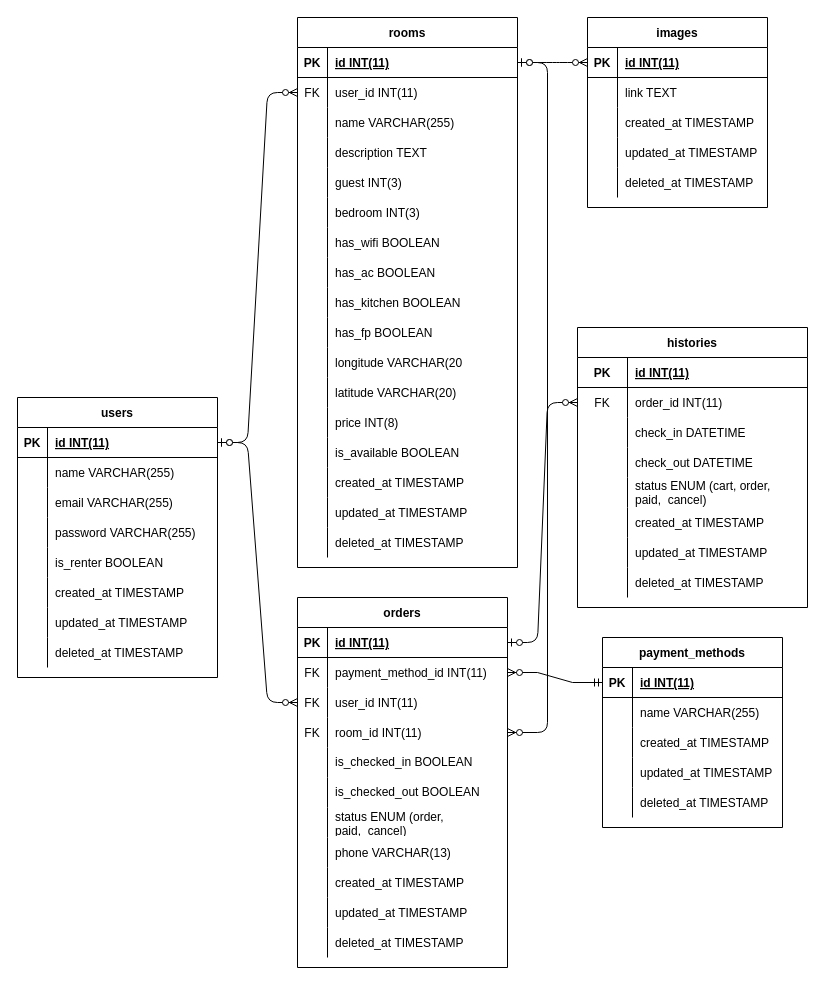
The draw.io diagram ERD/erd.drawio in airbnb-group-2/BE, before the edit. Source tidied: cells renumbered, new cells numbered last; positions are measured from the earlier drawing's top-left corner, leaving out a move shared by most shapes. Both pictures are drawn from the tidied source at 100%, with x=0, y=0 at pixel (17, 17).
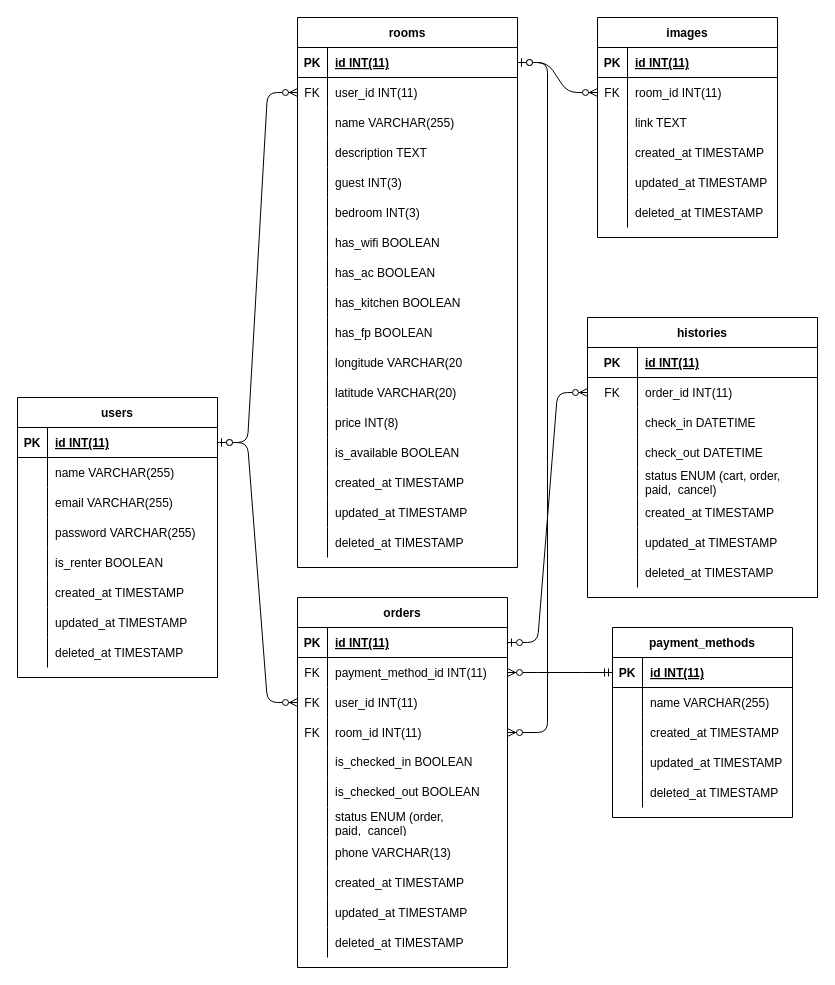
The same page after the edit.

Commit message:
add foreign key room to image table

Unchanged cells that the change refers to:
```xml
<mxCell id="28" style="shape=tableRow;horizontal=0;startSize=0;swimlaneHead=0;swimlaneBody=0;fillColor=none;points=[[0,0.5],[1,0.5]];portConstraint=eastwest;top=0;left=0;right=0;bottom=1;" parent="27" vertex="1">
  <mxGeometry y="30" width="220" height="30" as="geometry" />
</mxCell>
<mxCell id="157" style="shape=tableRow;horizontal=0;startSize=0;swimlaneHead=0;swimlaneBody=0;fillColor=none;points=[[0,0.5],[1,0.5]];portConstraint=eastwest;top=0;left=0;right=0;bottom=1;" parent="156" vertex="1">
  <mxGeometry y="30" width="180" height="30" as="geometry" />
</mxCell>
```

Diff of the diagram source:
```diff
@@
     <mxCell id="79" value="payment_methods" style="shape=table;startSize=30;childLayout=tableLayout;rowLines=0;fontStyle=1;align=center;" parent="1" vertex="1">
-      <mxGeometry x="585" y="620" width="180" height="190" as="geometry" />
+      <mxGeometry x="595" y="610" width="180" height="190" as="geometry" />
     </mxCell>
@@
     <mxCell id="95" value="histories" style="shape=table;startSize=30;childLayout=tableLayout;rowLines=0;fontStyle=1;align=center;" parent="1" vertex="1">
-      <mxGeometry x="560" y="310" width="230" height="280" as="geometry" />
+      <mxGeometry x="570" y="300" width="230" height="280" as="geometry" />
     </mxCell>
@@
     <mxCell id="156" value="images" style="shape=table;startSize=30;childLayout=tableLayout;rowLines=0;fontStyle=1;align=center;" parent="1" vertex="1">
-      <mxGeometry x="570" width="180" height="190" as="geometry" />
+      <mxGeometry x="580" width="180" height="220" as="geometry" />
     </mxCell>
@@
+    <mxCell id="176" style="shape=tableRow;horizontal=0;startSize=0;swimlaneHead=0;swimlaneBody=0;fillColor=none;points=[[0,0.5],[1,0.5]];portConstraint=eastwest;top=0;left=0;right=0;bottom=0;" parent="156" vertex="1">
+      <mxGeometry y="60" width="180" height="30" as="geometry" />
+    </mxCell>
+    <mxCell id="177" value="FK" style="shape=partialRectangle;fillColor=none;top=0;left=0;bottom=0;right=0;overflow=hidden;" parent="176" vertex="1">
+      <mxGeometry width="30" height="30" as="geometry" />
+    </mxCell>
+    <mxCell id="178" value="room_id INT(11)" style="shape=partialRectangle;fillColor=none;top=0;left=0;bottom=0;right=0;align=left;spacingLeft=6;overflow=hidden;" parent="176" vertex="1">
+      <mxGeometry x="30" width="150" height="30" as="geometry" />
+    </mxCell>
     <mxCell id="160" style="shape=tableRow;horizontal=0;startSize=0;swimlaneHead=0;swimlaneBody=0;fillColor=none;top=0;left=0;right=0;bottom=0;" parent="156" vertex="1">
-      <mxGeometry y="60" width="180" height="30" as="geometry" />
+      <mxGeometry y="90" width="180" height="30" as="geometry" />
     </mxCell>
@@
     <mxCell id="163" style="shape=tableRow;horizontal=0;startSize=0;swimlaneHead=0;swimlaneBody=0;fillColor=none;top=0;left=0;right=0;bottom=0;" parent="156" vertex="1">
-      <mxGeometry y="90" width="180" height="30" as="geometry" />
+      <mxGeometry y="120" width="180" height="30" as="geometry" />
     </mxCell>
@@
     <mxCell id="166" style="shape=tableRow;horizontal=0;startSize=0;swimlaneHead=0;swimlaneBody=0;fillColor=none;top=0;left=0;right=0;bottom=0;" parent="156" vertex="1">
-      <mxGeometry y="120" width="180" height="30" as="geometry" />
+      <mxGeometry y="150" width="180" height="30" as="geometry" />
     </mxCell>
@@
     <mxCell id="169" style="shape=tableRow;horizontal=0;startSize=0;swimlaneHead=0;swimlaneBody=0;fillColor=none;top=0;left=0;right=0;bottom=0;" parent="156" vertex="1">
-      <mxGeometry y="150" width="180" height="30" as="geometry" />
+      <mxGeometry y="180" width="180" height="30" as="geometry" />
     </mxCell>
@@
-    <mxCell id="175" style="edgeStyle=entityRelationEdgeStyle;fontSize=12;html=1;endArrow=ERzeroToMany;startArrow=ERzeroToOne;entryX=0;entryY=0.5;entryDx=0;entryDy=0;exitX=1;exitY=0.5;exitDx=0;exitDy=0;" parent="1" edge="1" source="28" target="157">
+    <mxCell id="175" style="edgeStyle=entityRelationEdgeStyle;fontSize=12;html=1;endArrow=ERzeroToMany;startArrow=ERzeroToOne;exitX=1;exitY=0.5;exitDx=0;exitDy=0;" parent="1" edge="1" source="28" target="176">
       <mxGeometry relative="1" as="geometry" />
     </mxCell>
```
